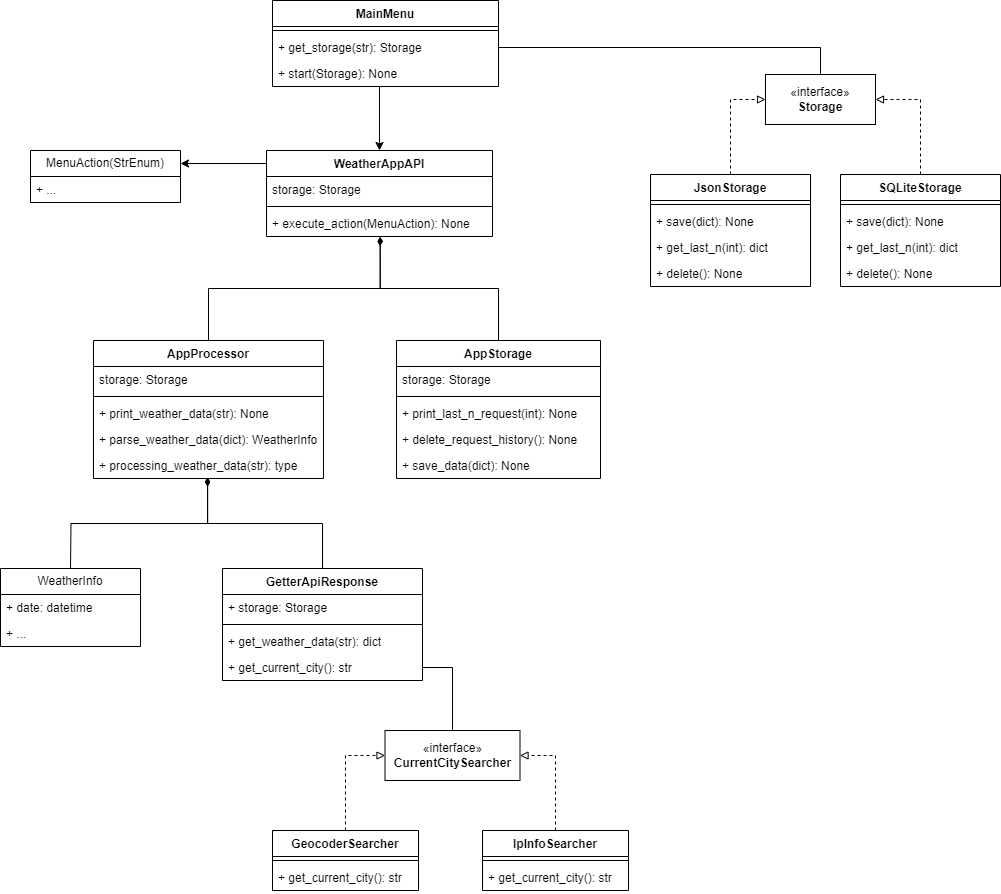
CBeredIOk/Weather_App keeps this draw.io diagram as Weather_App.drawio.png. Above is the earlier version. Source tidied: cells renumbered, new cells last; positions are measured from the earlier drawing's top-left corner, leaving out a move shared by most shapes.
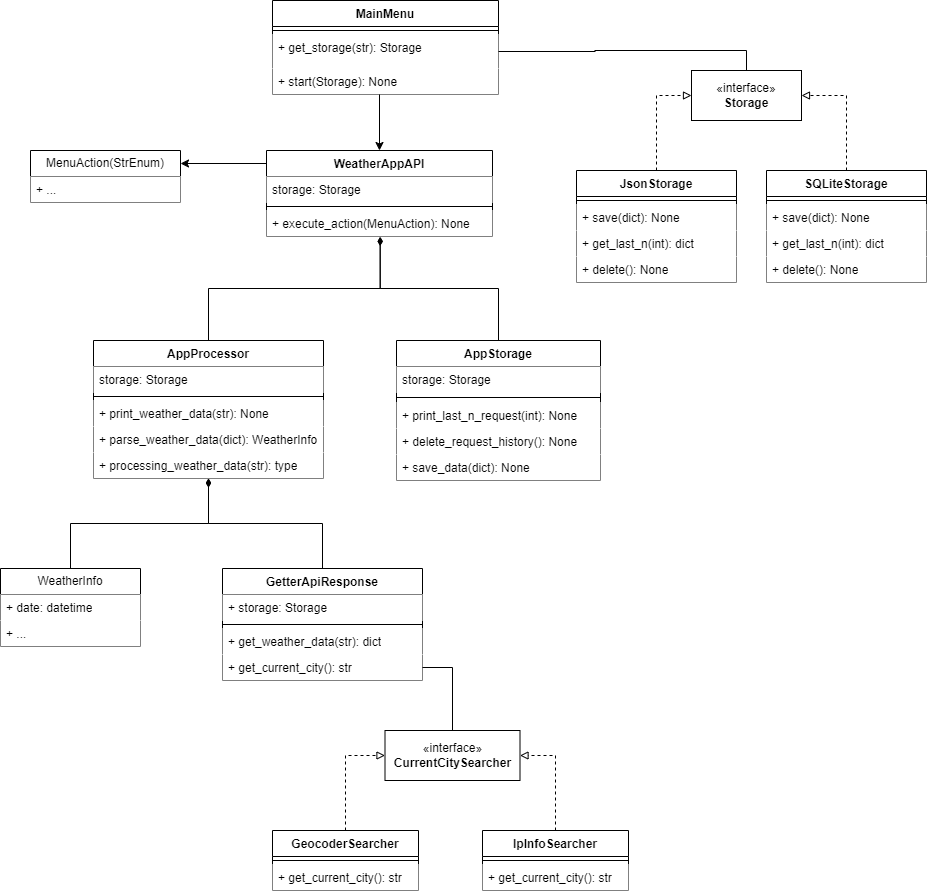
The same diagram one commit later.

Change to the diagram source:
```diff
@@ -5,12 +5,12 @@
     <mxCell id="2" value="MainMenu" style="swimlane;fontStyle=1;align=center;verticalAlign=top;horizontal=1;startSize=26;whiteSpace=wrap;html=1;" parent="1" vertex="1">
-      <mxGeometry x="272" width="226" height="86" as="geometry" />
+      <mxGeometry x="272" width="226" height="94" as="geometry" />
     </mxCell>
-    <mxCell id="3" style="line;strokeWidth=1;fillColor=none;align=left;verticalAlign=middle;spacingTop=-1;spacingLeft=3;spacingRight=3;labelPosition=right;strokeColor=inherit;" parent="2" vertex="1">
+    <mxCell id="3" style="line;strokeWidth=1;fillColor=default;align=left;verticalAlign=middle;spacingTop=-1;spacingLeft=3;spacingRight=3;labelPosition=right;strokeColor=inherit;" parent="2" vertex="1">
       <mxGeometry y="26" width="226" height="8" as="geometry" />
     </mxCell>
-    <mxCell id="4" value="+ get_storage(str): Storage" style="text;strokeColor=none;fillColor=none;align=left;verticalAlign=top;spacingLeft=4;spacingRight=4;overflow=hidden;points=[[0,0.5],[1,0.5]];portConstraint=eastwest;whiteSpace=wrap;html=1;" parent="2" vertex="1">
-      <mxGeometry y="34" width="226" height="26" as="geometry" />
+    <mxCell id="4" value="+ get_storage(str): Storage" style="text;strokeColor=none;fillColor=default;align=left;verticalAlign=top;spacingLeft=4;spacingRight=4;overflow=hidden;points=[[0,0.5],[1,0.5]];portConstraint=eastwest;whiteSpace=wrap;html=1;" parent="2" vertex="1">
+      <mxGeometry y="34" width="226" height="34" as="geometry" />
     </mxCell>
-    <mxCell id="5" value="+ start(Storage): None" style="text;strokeColor=none;fillColor=none;align=left;verticalAlign=top;spacingLeft=4;spacingRight=4;overflow=hidden;points=[[0,0.5],[1,0.5]];portConstraint=eastwest;whiteSpace=wrap;html=1;" parent="2" vertex="1">
-      <mxGeometry y="60" width="226" height="26" as="geometry" />
+    <mxCell id="5" value="+ start(Storage): None" style="text;strokeColor=none;fillColor=default;align=left;verticalAlign=top;spacingLeft=4;spacingRight=4;overflow=hidden;points=[[0,0.5],[1,0.5]];portConstraint=eastwest;whiteSpace=wrap;html=1;" parent="2" vertex="1">
+      <mxGeometry y="68" width="226" height="26" as="geometry" />
     </mxCell>
@@ -19,3 +19,3 @@
     </mxCell>
-    <mxCell id="7" value="+ storage: Storage" style="text;strokeColor=none;fillColor=none;align=left;verticalAlign=top;spacingLeft=4;spacingRight=4;overflow=hidden;whiteSpace=wrap;html=1;" parent="6" vertex="1">
+    <mxCell id="7" value="+ storage: Storage" style="text;strokeColor=none;fillColor=default;align=left;verticalAlign=top;spacingLeft=4;spacingRight=4;overflow=hidden;whiteSpace=wrap;html=1;" parent="6" vertex="1">
       <mxGeometry y="26" width="200" height="26" as="geometry" />
@@ -25,6 +25,6 @@
     </mxCell>
-    <mxCell id="9" value="+ get_weather_data(str): dict" style="text;strokeColor=none;fillColor=none;align=left;verticalAlign=top;spacingLeft=4;spacingRight=4;overflow=hidden;whiteSpace=wrap;html=1;" parent="6" vertex="1">
+    <mxCell id="9" value="+ get_weather_data(str): dict" style="text;strokeColor=none;fillColor=default;align=left;verticalAlign=top;spacingLeft=4;spacingRight=4;overflow=hidden;whiteSpace=wrap;html=1;" parent="6" vertex="1">
       <mxGeometry y="60" width="200" height="26" as="geometry" />
     </mxCell>
-    <mxCell id="10" value="+ get_current_city(): str" style="text;strokeColor=none;fillColor=none;align=left;verticalAlign=top;spacingLeft=4;spacingRight=4;overflow=hidden;points=[[0,0.5],[1,0.5]];portConstraint=eastwest;whiteSpace=wrap;html=1;" parent="6" vertex="1">
+    <mxCell id="10" value="+ get_current_city(): str" style="text;strokeColor=none;fillColor=default;align=left;verticalAlign=top;spacingLeft=4;spacingRight=4;overflow=hidden;points=[[0,0.5],[1,0.5]];portConstraint=eastwest;whiteSpace=wrap;html=1;" parent="6" vertex="1">
       <mxGeometry y="86" width="200" height="26" as="geometry" />
@@ -34,3 +34,3 @@
     </mxCell>
-    <mxCell id="12" value="storage: Storage" style="text;strokeColor=none;fillColor=none;align=left;verticalAlign=top;spacingLeft=4;spacingRight=4;overflow=hidden;whiteSpace=wrap;html=1;" parent="11" vertex="1">
+    <mxCell id="12" value="storage: Storage" style="text;strokeColor=none;fillColor=default;align=left;verticalAlign=top;spacingLeft=4;spacingRight=4;overflow=hidden;whiteSpace=wrap;html=1;" parent="11" vertex="1">
       <mxGeometry y="26" width="230" height="26" as="geometry" />
@@ -40,9 +40,9 @@
     </mxCell>
-    <mxCell id="14" value="+ print_weather_data(str): None" style="text;strokeColor=none;fillColor=none;align=left;verticalAlign=top;spacingLeft=4;spacingRight=4;overflow=hidden;whiteSpace=wrap;html=1;" parent="11" vertex="1">
+    <mxCell id="14" value="+ print_weather_data(str): None" style="text;strokeColor=none;fillColor=default;align=left;verticalAlign=top;spacingLeft=4;spacingRight=4;overflow=hidden;whiteSpace=wrap;html=1;" parent="11" vertex="1">
       <mxGeometry y="60" width="230" height="26" as="geometry" />
     </mxCell>
-    <mxCell id="15" value="+ parse_weather_data(dict): WeatherInfo" style="text;strokeColor=none;fillColor=none;align=left;verticalAlign=top;spacingLeft=4;spacingRight=4;overflow=hidden;whiteSpace=wrap;html=1;" parent="11" vertex="1">
+    <mxCell id="15" value="+ parse_weather_data(dict): WeatherInfo" style="text;strokeColor=none;fillColor=default;align=left;verticalAlign=top;spacingLeft=4;spacingRight=4;overflow=hidden;whiteSpace=wrap;html=1;" parent="11" vertex="1">
       <mxGeometry y="86" width="230" height="26" as="geometry" />
     </mxCell>
-    <mxCell id="16" value="+ processing_weather_data(str): type" style="text;strokeColor=none;fillColor=none;align=left;verticalAlign=top;spacingLeft=4;spacingRight=4;overflow=hidden;points=[[0,0.5],[1,0.5]];portConstraint=eastwest;whiteSpace=wrap;html=1;" parent="11" vertex="1">
+    <mxCell id="16" value="+ processing_weather_data(str): type" style="text;strokeColor=none;fillColor=default;align=left;verticalAlign=top;spacingLeft=4;spacingRight=4;overflow=hidden;points=[[0,0.5],[1,0.5]];portConstraint=eastwest;whiteSpace=wrap;html=1;" parent="11" vertex="1">
       <mxGeometry y="112" width="230" height="26" as="geometry" />
@@ -50,5 +50,5 @@
     <mxCell id="17" value="AppStorage" style="swimlane;fontStyle=1;align=center;verticalAlign=top;horizontal=1;startSize=26;whiteSpace=wrap;html=1;" parent="1" vertex="1">
-      <mxGeometry x="396" y="340" width="204" height="138" as="geometry" />
+      <mxGeometry x="396" y="340" width="204" height="140" as="geometry" />
     </mxCell>
-    <mxCell id="18" value="storage: Storage" style="text;strokeColor=none;fillColor=none;align=left;verticalAlign=top;spacingLeft=4;spacingRight=4;overflow=hidden;whiteSpace=wrap;html=1;" parent="17" vertex="1">
+    <mxCell id="18" value="storage: Storage" style="text;strokeColor=none;fillColor=default;align=left;verticalAlign=top;spacingLeft=4;spacingRight=4;overflow=hidden;whiteSpace=wrap;html=1;" parent="17" vertex="1">
       <mxGeometry y="26" width="204" height="26" as="geometry" />
@@ -56,15 +56,15 @@
     <mxCell id="19" style="line;strokeWidth=1;fillColor=none;align=left;verticalAlign=middle;spacingTop=-1;spacingLeft=3;spacingRight=3;labelPosition=right;strokeColor=inherit;" parent="17" vertex="1">
-      <mxGeometry y="52" width="204" height="8" as="geometry" />
+      <mxGeometry y="52" width="204" height="10" as="geometry" />
     </mxCell>
-    <mxCell id="20" value="+ print_last_n_request(int): None" style="text;strokeColor=none;fillColor=none;align=left;verticalAlign=top;spacingLeft=4;spacingRight=4;overflow=hidden;whiteSpace=wrap;html=1;" parent="17" vertex="1">
-      <mxGeometry y="60" width="204" height="26" as="geometry" />
+    <mxCell id="20" value="+ print_last_n_request(int): None" style="text;strokeColor=none;fillColor=default;align=left;verticalAlign=top;spacingLeft=4;spacingRight=4;overflow=hidden;whiteSpace=wrap;html=1;" parent="17" vertex="1">
+      <mxGeometry y="62" width="204" height="26" as="geometry" />
     </mxCell>
-    <mxCell id="21" value="+ delete_request_history(): None" style="text;strokeColor=none;fillColor=none;align=left;verticalAlign=top;spacingLeft=4;spacingRight=4;overflow=hidden;whiteSpace=wrap;html=1;" parent="17" vertex="1">
-      <mxGeometry y="86" width="204" height="26" as="geometry" />
+    <mxCell id="21" value="+ delete_request_history(): None" style="text;strokeColor=none;fillColor=default;align=left;verticalAlign=top;spacingLeft=4;spacingRight=4;overflow=hidden;whiteSpace=wrap;html=1;" parent="17" vertex="1">
+      <mxGeometry y="88" width="204" height="26" as="geometry" />
     </mxCell>
-    <mxCell id="22" value="+ save_data(dict): None" style="text;strokeColor=none;fillColor=none;align=left;verticalAlign=top;spacingLeft=4;spacingRight=4;overflow=hidden;whiteSpace=wrap;html=1;" parent="17" vertex="1">
-      <mxGeometry y="112" width="204" height="26" as="geometry" />
+    <mxCell id="22" value="+ save_data(dict): None" style="text;strokeColor=none;fillColor=default;align=left;verticalAlign=top;spacingLeft=4;spacingRight=4;overflow=hidden;whiteSpace=wrap;html=1;" parent="17" vertex="1">
+      <mxGeometry y="114" width="204" height="26" as="geometry" />
     </mxCell>
     <mxCell id="23" value="«interface»&lt;br&gt;&lt;b&gt;Storage&lt;/b&gt;" style="html=1;whiteSpace=wrap;" parent="1" vertex="1">
-      <mxGeometry x="765" y="74" width="110" height="50" as="geometry" />
+      <mxGeometry x="691" y="70" width="110" height="50" as="geometry" />
     </mxCell>
@@ -74,3 +74,3 @@
     <mxCell id="25" value="JsonStorage" style="swimlane;fontStyle=1;align=center;verticalAlign=top;horizontal=1;startSize=26;whiteSpace=wrap;html=1;" parent="1" vertex="1">
-      <mxGeometry x="650" y="174" width="160" height="112" as="geometry" />
+      <mxGeometry x="576" y="170" width="160" height="112" as="geometry" />
     </mxCell>
@@ -79,9 +79,9 @@
     </mxCell>
-    <mxCell id="27" value="+ save(dict): None" style="text;strokeColor=none;fillColor=none;align=left;verticalAlign=top;spacingLeft=4;spacingRight=4;overflow=hidden;whiteSpace=wrap;html=1;" parent="25" vertex="1">
+    <mxCell id="27" value="+ save(dict): None" style="text;strokeColor=none;fillColor=default;align=left;verticalAlign=top;spacingLeft=4;spacingRight=4;overflow=hidden;whiteSpace=wrap;html=1;" parent="25" vertex="1">
       <mxGeometry y="34" width="160" height="26" as="geometry" />
     </mxCell>
-    <mxCell id="28" value="+ get_last_n(int): dict" style="text;strokeColor=none;fillColor=none;align=left;verticalAlign=top;spacingLeft=4;spacingRight=4;overflow=hidden;whiteSpace=wrap;html=1;" parent="25" vertex="1">
+    <mxCell id="28" value="+ get_last_n(int): dict" style="text;strokeColor=none;fillColor=default;align=left;verticalAlign=top;spacingLeft=4;spacingRight=4;overflow=hidden;whiteSpace=wrap;html=1;" parent="25" vertex="1">
       <mxGeometry y="60" width="160" height="26" as="geometry" />
     </mxCell>
-    <mxCell id="29" value="+ delete(): None" style="text;strokeColor=none;fillColor=none;align=left;verticalAlign=top;spacingLeft=4;spacingRight=4;overflow=hidden;whiteSpace=wrap;html=1;" parent="25" vertex="1">
+    <mxCell id="29" value="+ delete(): None" style="text;strokeColor=none;fillColor=default;align=left;verticalAlign=top;spacingLeft=4;spacingRight=4;overflow=hidden;whiteSpace=wrap;html=1;" parent="25" vertex="1">
       <mxGeometry y="86" width="160" height="26" as="geometry" />
@@ -92,3 +92,3 @@
     <mxCell id="31" value="SQLiteStorage" style="swimlane;fontStyle=1;align=center;verticalAlign=top;horizontal=1;startSize=26;whiteSpace=wrap;html=1;" parent="1" vertex="1">
-      <mxGeometry x="840" y="174" width="160" height="112" as="geometry" />
+      <mxGeometry x="766" y="170" width="160" height="112" as="geometry" />
     </mxCell>
@@ -97,9 +97,9 @@
     </mxCell>
-    <mxCell id="33" value="+ save(dict): None" style="text;strokeColor=none;fillColor=none;align=left;verticalAlign=top;spacingLeft=4;spacingRight=4;overflow=hidden;whiteSpace=wrap;html=1;" parent="31" vertex="1">
+    <mxCell id="33" value="+ save(dict): None" style="text;strokeColor=none;fillColor=default;align=left;verticalAlign=top;spacingLeft=4;spacingRight=4;overflow=hidden;whiteSpace=wrap;html=1;" parent="31" vertex="1">
       <mxGeometry y="34" width="160" height="26" as="geometry" />
     </mxCell>
-    <mxCell id="34" value="+ get_last_n(int): dict" style="text;strokeColor=none;fillColor=none;align=left;verticalAlign=top;spacingLeft=4;spacingRight=4;overflow=hidden;whiteSpace=wrap;html=1;" parent="31" vertex="1">
+    <mxCell id="34" value="+ get_last_n(int): dict" style="text;strokeColor=none;fillColor=default;align=left;verticalAlign=top;spacingLeft=4;spacingRight=4;overflow=hidden;whiteSpace=wrap;html=1;" parent="31" vertex="1">
       <mxGeometry y="60" width="160" height="26" as="geometry" />
     </mxCell>
-    <mxCell id="35" value="+ delete(): None" style="text;strokeColor=none;fillColor=none;align=left;verticalAlign=top;spacingLeft=4;spacingRight=4;overflow=hidden;whiteSpace=wrap;html=1;" parent="31" vertex="1">
+    <mxCell id="35" value="+ delete(): None" style="text;strokeColor=none;fillColor=default;align=left;verticalAlign=top;spacingLeft=4;spacingRight=4;overflow=hidden;whiteSpace=wrap;html=1;" parent="31" vertex="1">
       <mxGeometry y="86" width="160" height="26" as="geometry" />
@@ -118,3 +118,3 @@
     </mxCell>
-    <mxCell id="40" value="+ get_current_city(): str" style="text;strokeColor=none;fillColor=none;align=left;verticalAlign=top;spacingLeft=4;spacingRight=4;overflow=hidden;whiteSpace=wrap;html=1;" parent="38" vertex="1">
+    <mxCell id="40" value="+ get_current_city(): str" style="text;strokeColor=none;fillColor=default;align=left;verticalAlign=top;spacingLeft=4;spacingRight=4;overflow=hidden;whiteSpace=wrap;html=1;" parent="38" vertex="1">
       <mxGeometry y="34" width="146" height="26" as="geometry" />
@@ -130,3 +130,3 @@
     </mxCell>
-    <mxCell id="44" value="+ get_current_city(): str" style="text;strokeColor=none;fillColor=none;align=left;verticalAlign=top;spacingLeft=4;spacingRight=4;overflow=hidden;whiteSpace=wrap;html=1;" parent="42" vertex="1">
+    <mxCell id="44" value="+ get_current_city(): str" style="text;strokeColor=none;fillColor=default;align=left;verticalAlign=top;spacingLeft=4;spacingRight=4;overflow=hidden;whiteSpace=wrap;html=1;" parent="42" vertex="1">
       <mxGeometry y="34" width="146" height="26" as="geometry" />
@@ -144,9 +144,9 @@
     </mxCell>
-    <mxCell id="47" value="storage: Storage" style="text;strokeColor=none;fillColor=none;align=left;verticalAlign=top;spacingLeft=4;spacingRight=4;overflow=hidden;whiteSpace=wrap;html=1;" parent="46" vertex="1">
+    <mxCell id="47" value="storage: Storage" style="text;strokeColor=none;fillColor=default;align=left;verticalAlign=top;spacingLeft=4;spacingRight=4;overflow=hidden;whiteSpace=wrap;html=1;" parent="46" vertex="1">
       <mxGeometry y="26" width="226" height="26" as="geometry" />
     </mxCell>
-    <mxCell id="48" style="line;strokeWidth=1;fillColor=none;align=left;verticalAlign=middle;spacingTop=-1;spacingLeft=3;spacingRight=3;labelPosition=right;strokeColor=inherit;" parent="46" vertex="1">
+    <mxCell id="48" style="line;strokeWidth=1;fillColor=default;align=left;verticalAlign=middle;spacingTop=-1;spacingLeft=3;spacingRight=3;labelPosition=right;strokeColor=default;" parent="46" vertex="1">
       <mxGeometry y="52" width="226" height="8" as="geometry" />
     </mxCell>
-    <mxCell id="49" value="+ execute_action(MenuAction): None" style="text;strokeColor=none;fillColor=none;align=left;verticalAlign=top;spacingLeft=4;spacingRight=4;overflow=hidden;points=[[0,0.5],[1,0.5]];portConstraint=eastwest;whiteSpace=wrap;html=1;" parent="46" vertex="1">
+    <mxCell id="49" value="+ execute_action(MenuAction): None" style="text;strokeColor=none;fillColor=default;align=left;verticalAlign=top;spacingLeft=4;spacingRight=4;overflow=hidden;points=[[0,0.5],[1,0.5]];portConstraint=eastwest;whiteSpace=wrap;html=1;" parent="46" vertex="1">
       <mxGeometry y="60" width="226" height="26" as="geometry" />
@@ -159,6 +159,7 @@
     </mxCell>
-    <mxCell id="52" style="edgeStyle=orthogonalEdgeStyle;rounded=0;jettySize=auto;html=1;exitX=0.5;exitY=0;exitDx=0;exitDy=0;entryX=0.482;entryY=0.997;entryDx=0;entryDy=0;entryPerimeter=0;endArrow=none;endFill=0;startArrow=classic;startFill=1;" parent="1" edge="1" source="46" target="5">
+    <mxCell id="52" style="edgeStyle=orthogonalEdgeStyle;rounded=0;jettySize=auto;html=1;exitX=0.5;exitY=0;exitDx=0;exitDy=0;endArrow=none;endFill=0;startArrow=classic;startFill=1;" parent="1" edge="1" source="46">
       <mxGeometry relative="1" as="geometry">
+        <mxPoint x="379" y="94" as="targetPoint" />
         <Array as="points">
-          <mxPoint x="379" y="86" />
+          <mxPoint x="379" y="94" />
         </Array>
@@ -172,23 +173,36 @@
     </mxCell>
-    <mxCell id="55" style="edgeStyle=orthogonalEdgeStyle;rounded=0;jettySize=auto;html=1;exitX=0.5;exitY=0;exitDx=0;exitDy=0;entryX=0.496;entryY=0.962;entryDx=0;entryDy=0;entryPerimeter=0;endArrow=diamondThin;endFill=1;" parent="1" edge="1" target="16">
+    <mxCell id="55" style="edgeStyle=orthogonalEdgeStyle;rounded=0;orthogonalLoop=1;jettySize=auto;html=1;exitX=0.5;exitY=0;exitDx=0;exitDy=0;endArrow=diamondThin;endFill=1;" parent="1" edge="1">
       <mxGeometry relative="1" as="geometry">
         <mxPoint x="70" y="568" as="sourcePoint" />
+        <mxPoint x="208" y="478" as="targetPoint" />
+        <Array as="points">
+          <mxPoint x="70" y="523" />
+          <mxPoint x="208" y="523" />
+          <mxPoint x="208" y="478" />
+        </Array>
       </mxGeometry>
     </mxCell>
-    <mxCell id="56" style="edgeStyle=orthogonalEdgeStyle;rounded=0;jettySize=auto;html=1;exitX=0.5;exitY=0;exitDx=0;exitDy=0;entryX=0.496;entryY=0.962;entryDx=0;entryDy=0;entryPerimeter=0;endArrow=diamondThin;endFill=1;" parent="1" edge="1" source="6" target="16">
-      <mxGeometry relative="1" as="geometry" />
+    <mxCell id="56" style="edgeStyle=orthogonalEdgeStyle;rounded=0;jettySize=auto;html=1;exitX=0.5;exitY=0;exitDx=0;exitDy=0;endArrow=diamondThin;endFill=1;" parent="1" edge="1" source="6">
+      <mxGeometry relative="1" as="geometry">
+        <mxPoint x="208" y="478" as="targetPoint" />
+        <Array as="points">
+          <mxPoint x="322" y="523" />
+          <mxPoint x="208" y="523" />
+          <mxPoint x="208" y="478" />
+        </Array>
+      </mxGeometry>
     </mxCell>
-    <mxCell id="57" value="MenuAction(StrEnum)" style="swimlane;fontStyle=0;horizontal=1;startSize=26;fillColor=none;whiteSpace=wrap;html=1;" parent="1" vertex="1">
+    <mxCell id="57" value="MenuAction(StrEnum)" style="swimlane;fontStyle=0;horizontal=1;startSize=26;fillColor=default;whiteSpace=wrap;html=1;" parent="1" vertex="1">
       <mxGeometry x="30" y="150" width="150" height="52" as="geometry" />
     </mxCell>
-    <mxCell id="58" value="+ ..." style="text;strokeColor=none;fillColor=none;align=left;verticalAlign=top;spacingLeft=4;spacingRight=4;overflow=hidden;whiteSpace=wrap;html=1;" parent="57" vertex="1">
+    <mxCell id="58" value="+ ..." style="text;strokeColor=none;fillColor=default;align=left;verticalAlign=top;spacingLeft=4;spacingRight=4;overflow=hidden;whiteSpace=wrap;html=1;" parent="57" vertex="1">
       <mxGeometry y="26" width="150" height="26" as="geometry" />
     </mxCell>
-    <mxCell id="59" value="WeatherInfo" style="swimlane;fontStyle=0;horizontal=1;startSize=26;fillColor=none;whiteSpace=wrap;html=1;" parent="1" vertex="1">
+    <mxCell id="59" value="WeatherInfo" style="swimlane;fontStyle=0;horizontal=1;startSize=26;fillColor=default;whiteSpace=wrap;html=1;" parent="1" vertex="1">
       <mxGeometry y="568" width="140" height="78" as="geometry" />
     </mxCell>
-    <mxCell id="60" value="+&amp;nbsp;date: datetime" style="text;strokeColor=none;fillColor=none;align=left;verticalAlign=top;spacingLeft=4;spacingRight=4;overflow=hidden;whiteSpace=wrap;html=1;" parent="59" vertex="1">
+    <mxCell id="60" value="+&amp;nbsp;date: datetime" style="text;strokeColor=none;fillColor=default;align=left;verticalAlign=top;spacingLeft=4;spacingRight=4;overflow=hidden;whiteSpace=wrap;html=1;" parent="59" vertex="1">
       <mxGeometry y="26" width="140" height="26" as="geometry" />
     </mxCell>
-    <mxCell id="61" value="+ ..." style="text;strokeColor=none;fillColor=none;align=left;verticalAlign=top;spacingLeft=4;spacingRight=4;overflow=hidden;whiteSpace=wrap;html=1;" parent="59" vertex="1">
+    <mxCell id="61" value="+ ..." style="text;strokeColor=none;fillColor=default;align=left;verticalAlign=top;spacingLeft=4;spacingRight=4;overflow=hidden;whiteSpace=wrap;html=1;" parent="59" vertex="1">
       <mxGeometry y="52" width="140" height="26" as="geometry" />
```
